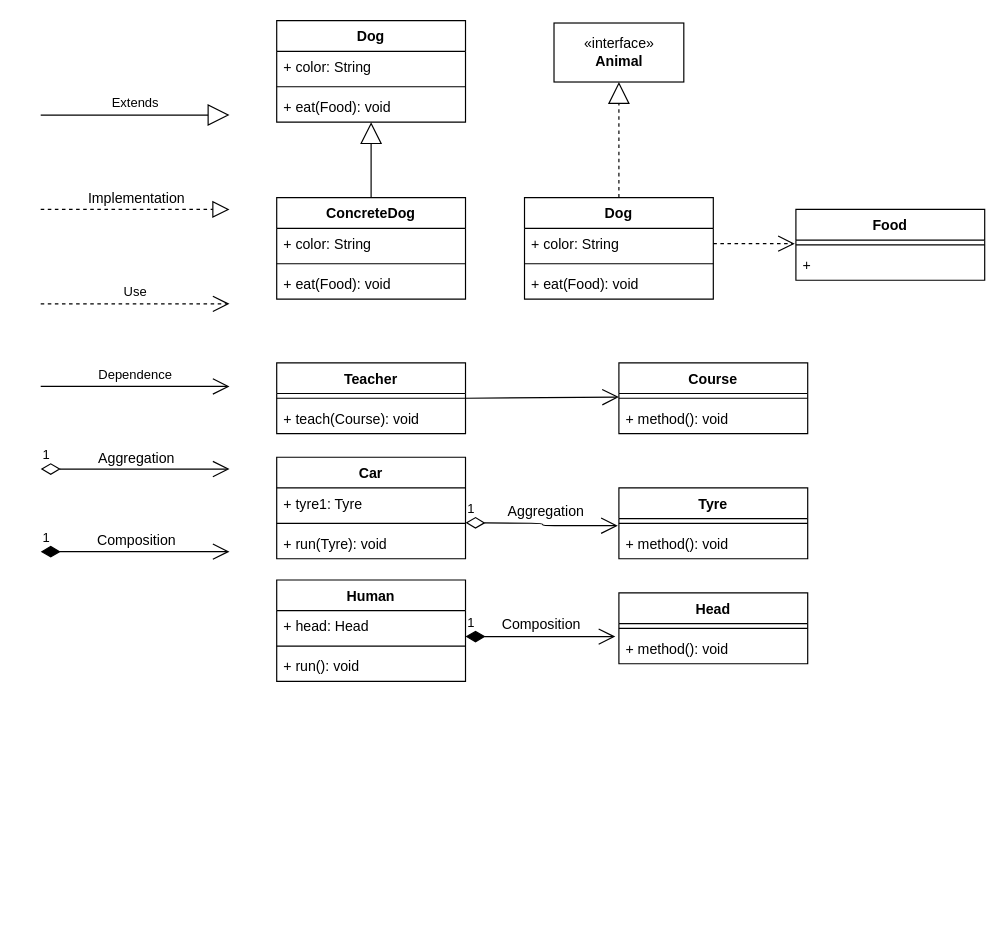
This is design-pattern/src/main/resources/uml.drawio from Jackson-zhanganbing/spring-test, a draw.io file, before an edit. Source tidied: cells renumbered, new cells numbered last; positions are measured from the earlier drawing's top-left corner, leaving out a move shared by most shapes. Both pictures are drawn from the tidied source at 118%, with x=0, y=0 at pixel (40, 20).
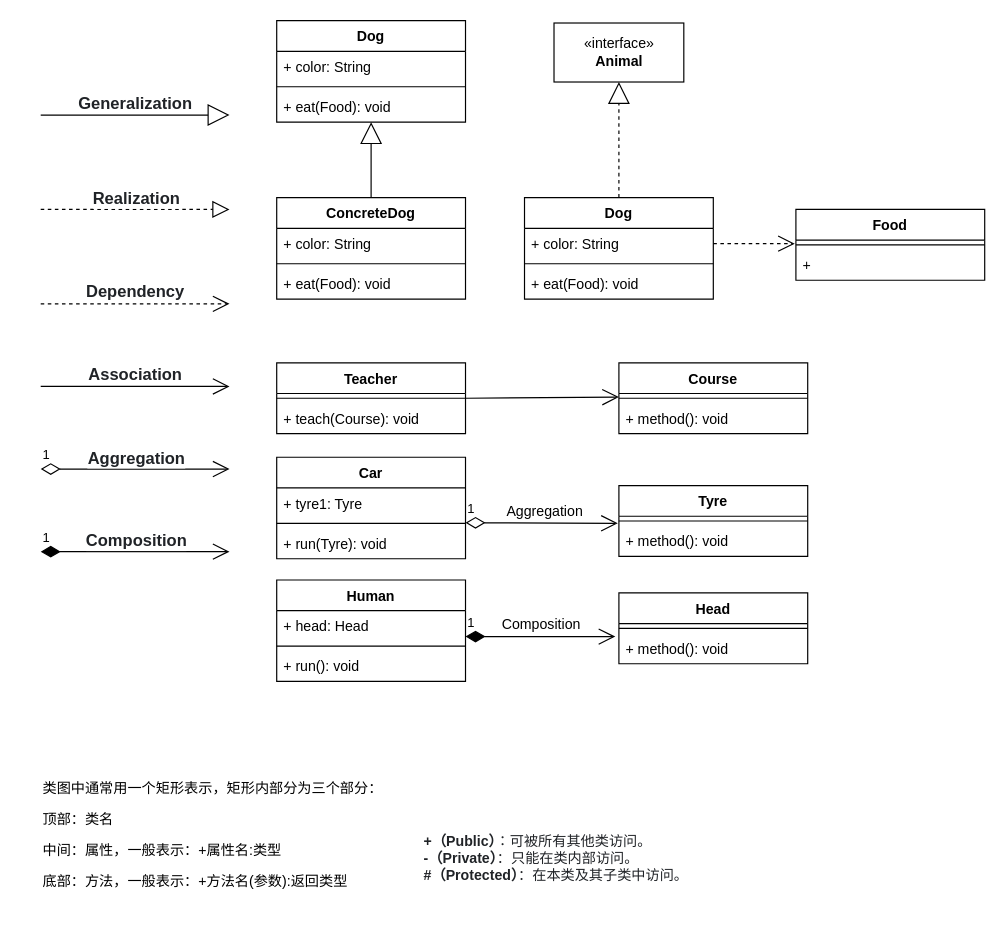
The same diagram, later.

The change refers to these unchanged cells:
```xml
<mxCell id="3" style="endArrow=block;dashed=1;endFill=0;endSize=12;html=1;" parent="1" edge="1">
  <mxGeometry relative="1" as="geometry">
    <mxPoint y="160" as="sourcePoint" />
    <mxPoint x="160" y="160" as="targetPoint" />
  </mxGeometry>
</mxCell>
<mxCell id="7" value="1" style="endArrow=open;html=1;endSize=12;startArrow=diamondThin;startSize=14;startFill=0;edgeStyle=orthogonalEdgeStyle;align=left;verticalAlign=bottom;" parent="1" edge="1">
  <mxGeometry x="-1" y="3" relative="1" as="geometry">
    <mxPoint y="380" as="sourcePoint" />
    <mxPoint x="160" y="380" as="targetPoint" />
  </mxGeometry>
</mxCell>
<mxCell id="9" value="1" style="endArrow=open;html=1;endSize=12;startArrow=diamondThin;startSize=14;startFill=1;edgeStyle=orthogonalEdgeStyle;align=left;verticalAlign=bottom;" parent="1" edge="1">
  <mxGeometry x="-1" y="3" relative="1" as="geometry">
    <mxPoint y="450" as="sourcePoint" />
    <mxPoint x="160" y="450" as="targetPoint" />
  </mxGeometry>
</mxCell>
```

What changed in the source:
```diff
@@
-    <mxCell id="2" value="Extends" style="endArrow=block;endSize=16;endFill=0;html=1;" parent="1" edge="1">
+    <mxCell id="2" value="&lt;span style=&quot;box-sizing: border-box ; border-width: 0px ; border-style: solid ; border-color: rgb(229 , 231 , 235) ; margin: 0px ; padding: 0px ; font-weight: bolder ; color: rgb(32 , 35 , 39) ; font-family: , , &amp;#34;segoe ui&amp;#34; , &amp;#34;roboto&amp;#34; , &amp;#34;helvetica neue&amp;#34; , &amp;#34;arial&amp;#34; , &amp;#34;noto sans&amp;#34; , sans-serif , &amp;#34;apple color emoji&amp;#34; , &amp;#34;segoe ui emoji&amp;#34; , &amp;#34;segoe ui symbol&amp;#34; , &amp;#34;noto color emoji&amp;#34; ; font-size: 14px ; text-align: left ; white-space: normal&quot;&gt;Generalization&lt;/span&gt;" style="endArrow=block;endSize=16;endFill=0;html=1;" parent="1" edge="1">
       <mxGeometry y="10" relative="1" as="geometry">
         <mxPoint y="80" as="sourcePoint" />
         <mxPoint x="160" y="80" as="targetPoint" />
       </mxGeometry>
     </mxCell>
@@
-    <mxCell id="4" value="Implementation" style="text;html=1;align=center;verticalAlign=middle;labelBackgroundColor=#ffffff;" parent="3" vertex="1">
+    <mxCell id="4" value="&lt;span style=&quot;box-sizing: border-box ; border-width: 0px ; border-style: solid ; border-color: rgb(229 , 231 , 235) ; margin: 0px ; padding: 0px ; font-weight: bolder ; color: rgb(32 , 35 , 39) ; font-family: , , &amp;#34;segoe ui&amp;#34; , &amp;#34;roboto&amp;#34; , &amp;#34;helvetica neue&amp;#34; , &amp;#34;arial&amp;#34; , &amp;#34;noto sans&amp;#34; , sans-serif , &amp;#34;apple color emoji&amp;#34; , &amp;#34;segoe ui emoji&amp;#34; , &amp;#34;segoe ui symbol&amp;#34; , &amp;#34;noto color emoji&amp;#34; ; font-size: 14px ; text-align: left ; white-space: normal&quot;&gt;Realization&lt;/span&gt;" style="text;html=1;align=center;verticalAlign=middle;labelBackgroundColor=#ffffff;" parent="3" vertex="1">
       <mxGeometry x="-0.21" y="4" relative="1" as="geometry">
         <mxPoint x="17" y="-6" as="offset" />
       </mxGeometry>
     </mxCell>
-    <mxCell id="5" value="Use" style="endArrow=open;endSize=12;dashed=1;html=1;" parent="1" edge="1">
+    <mxCell id="5" value="&lt;span style=&quot;box-sizing: border-box ; border-width: 0px ; border-style: solid ; border-color: rgb(229 , 231 , 235) ; margin: 0px ; padding: 0px ; font-weight: bolder ; color: rgb(32 , 35 , 39) ; font-family: , , &amp;#34;segoe ui&amp;#34; , &amp;#34;roboto&amp;#34; , &amp;#34;helvetica neue&amp;#34; , &amp;#34;arial&amp;#34; , &amp;#34;noto sans&amp;#34; , sans-serif , &amp;#34;apple color emoji&amp;#34; , &amp;#34;segoe ui emoji&amp;#34; , &amp;#34;segoe ui symbol&amp;#34; , &amp;#34;noto color emoji&amp;#34; ; font-size: 14px ; text-align: left ; white-space: normal&quot;&gt;Dependency&lt;/span&gt;" style="endArrow=open;endSize=12;dashed=1;html=1;" parent="1" edge="1">
       <mxGeometry y="10" relative="1" as="geometry">
         <mxPoint y="240" as="sourcePoint" />
         <mxPoint x="160" y="240" as="targetPoint" />
       </mxGeometry>
     </mxCell>
-    <mxCell id="6" value="Dependence" style="endArrow=open;endFill=1;endSize=12;html=1;" parent="1" edge="1">
+    <mxCell id="6" value="&lt;span style=&quot;box-sizing: border-box ; border-width: 0px ; border-style: solid ; border-color: rgb(229 , 231 , 235) ; margin: 0px ; padding: 0px ; font-weight: bolder ; color: rgb(32 , 35 , 39) ; font-family: , , &amp;#34;segoe ui&amp;#34; , &amp;#34;roboto&amp;#34; , &amp;#34;helvetica neue&amp;#34; , &amp;#34;arial&amp;#34; , &amp;#34;noto sans&amp;#34; , sans-serif , &amp;#34;apple color emoji&amp;#34; , &amp;#34;segoe ui emoji&amp;#34; , &amp;#34;segoe ui symbol&amp;#34; , &amp;#34;noto color emoji&amp;#34; ; font-size: 14px ; text-align: left ; white-space: normal&quot;&gt;Association&lt;/span&gt;" style="endArrow=open;endFill=1;endSize=12;html=1;" parent="1" edge="1">
       <mxGeometry y="10" relative="1" as="geometry">
         <mxPoint y="310" as="sourcePoint" />
         <mxPoint x="160" y="310" as="targetPoint" />
       </mxGeometry>
     </mxCell>
@@
-    <mxCell id="8" value="Aggregation" style="text;html=1;align=center;verticalAlign=middle;labelBackgroundColor=#ffffff;" parent="7" vertex="1">
+    <mxCell id="8" value="&lt;span style=&quot;box-sizing: border-box ; border-width: 0px ; border-style: solid ; border-color: rgb(229 , 231 , 235) ; margin: 0px ; padding: 0px ; font-weight: bolder ; color: rgb(32 , 35 , 39) ; font-family: , , &amp;#34;segoe ui&amp;#34; , &amp;#34;roboto&amp;#34; , &amp;#34;helvetica neue&amp;#34; , &amp;#34;arial&amp;#34; , &amp;#34;noto sans&amp;#34; , sans-serif , &amp;#34;apple color emoji&amp;#34; , &amp;#34;segoe ui emoji&amp;#34; , &amp;#34;segoe ui symbol&amp;#34; , &amp;#34;noto color emoji&amp;#34; ; font-size: 14px ; text-align: left ; white-space: normal&quot;&gt;Aggregation&lt;/span&gt;" style="text;html=1;align=center;verticalAlign=middle;labelBackgroundColor=#ffffff;" parent="7" vertex="1">
       <mxGeometry x="-0.06" y="3" relative="1" as="geometry">
         <mxPoint x="5" y="-7" as="offset" />
       </mxGeometry>
     </mxCell>
@@
-    <mxCell id="10" value="Composition" style="text;html=1;align=center;verticalAlign=middle;labelBackgroundColor=#ffffff;" parent="9" vertex="1">
+    <mxCell id="10" value="&lt;span style=&quot;box-sizing: border-box ; border-width: 0px ; border-style: solid ; border-color: rgb(229 , 231 , 235) ; margin: 0px ; padding: 0px ; font-weight: bolder ; color: rgb(32 , 35 , 39) ; font-family: , , &amp;#34;segoe ui&amp;#34; , &amp;#34;roboto&amp;#34; , &amp;#34;helvetica neue&amp;#34; , &amp;#34;arial&amp;#34; , &amp;#34;noto sans&amp;#34; , sans-serif , &amp;#34;apple color emoji&amp;#34; , &amp;#34;segoe ui emoji&amp;#34; , &amp;#34;segoe ui symbol&amp;#34; , &amp;#34;noto color emoji&amp;#34; ; font-size: 14px ; text-align: left ; white-space: normal&quot;&gt;Composition&lt;/span&gt;" style="text;html=1;align=center;verticalAlign=middle;labelBackgroundColor=#ffffff;" parent="9" vertex="1">
       <mxGeometry x="-0.05" y="2" relative="1" as="geometry">
         <mxPoint x="4" y="-8" as="offset" />
       </mxGeometry>
     </mxCell>
@@
     <mxCell id="37" value="Tyre" style="swimlane;fontStyle=1;align=center;verticalAlign=top;horizontal=1;startSize=26;" parent="1" vertex="1">
-      <mxGeometry x="490" y="396" width="160" height="60" as="geometry" />
+      <mxGeometry x="490" y="394" width="160" height="60" as="geometry" />
     </mxCell>
@@
+    <mxCell id="55" value="&lt;p&gt;&lt;span&gt;类图中通常用一个矩形表示，矩形内部分为三个部分：&lt;/span&gt;&lt;/p&gt;&lt;p&gt;&lt;span&gt;顶部：类名&lt;/span&gt;&lt;/p&gt;&lt;p&gt;&lt;span&gt;中间：属性，一般表示：+属性名:类型&lt;/span&gt;&lt;/p&gt;&lt;p&gt;&lt;span&gt;底部：方法，一般表示：+方法名(参数):返回类型&lt;/span&gt;&lt;/p&gt;" style="text;html=1;strokeColor=none;fillColor=none;align=left;verticalAlign=middle;whiteSpace=wrap;rounded=0;" parent="1" vertex="1">
+      <mxGeometry y="630" width="290" height="120" as="geometry" />
+    </mxCell>
+    <mxCell id="56" value="&lt;span style=&quot;color: rgb(32 , 35 , 39) ; box-sizing: border-box ; border-width: 0px ; border-style: solid ; border-color: rgb(229 , 231 , 235) ; margin: 0px ; padding: 0px ; font-weight: bolder&quot;&gt;+（Public）&lt;/span&gt;&lt;span style=&quot;color: rgb(32 , 35 , 39)&quot;&gt;：可被所有其他类访问。&lt;/span&gt;&lt;br&gt;&lt;span style=&quot;color: rgb(32 , 35 , 39) ; box-sizing: border-box ; border-width: 0px ; border-style: solid ; border-color: rgb(229 , 231 , 235) ; margin: 0px ; padding: 0px ; font-weight: bolder&quot;&gt;-（Private）&lt;/span&gt;&lt;span style=&quot;color: rgb(32 , 35 , 39)&quot;&gt;：只能在类内部访问。&lt;/span&gt;&lt;br&gt;&lt;span style=&quot;color: rgb(32 , 35 , 39) ; box-sizing: border-box ; border-width: 0px ; border-style: solid ; border-color: rgb(229 , 231 , 235) ; margin: 0px ; padding: 0px ; font-weight: bolder&quot;&gt;#（Protected）&lt;/span&gt;&lt;span style=&quot;color: rgb(32 , 35 , 39)&quot;&gt;：在本类及其子类中访问。&lt;/span&gt;" style="text;html=1;strokeColor=none;fillColor=none;align=left;verticalAlign=middle;whiteSpace=wrap;rounded=0;" parent="1" vertex="1">
+      <mxGeometry x="323" y="670" width="247" height="80" as="geometry" />
+    </mxCell>
```
